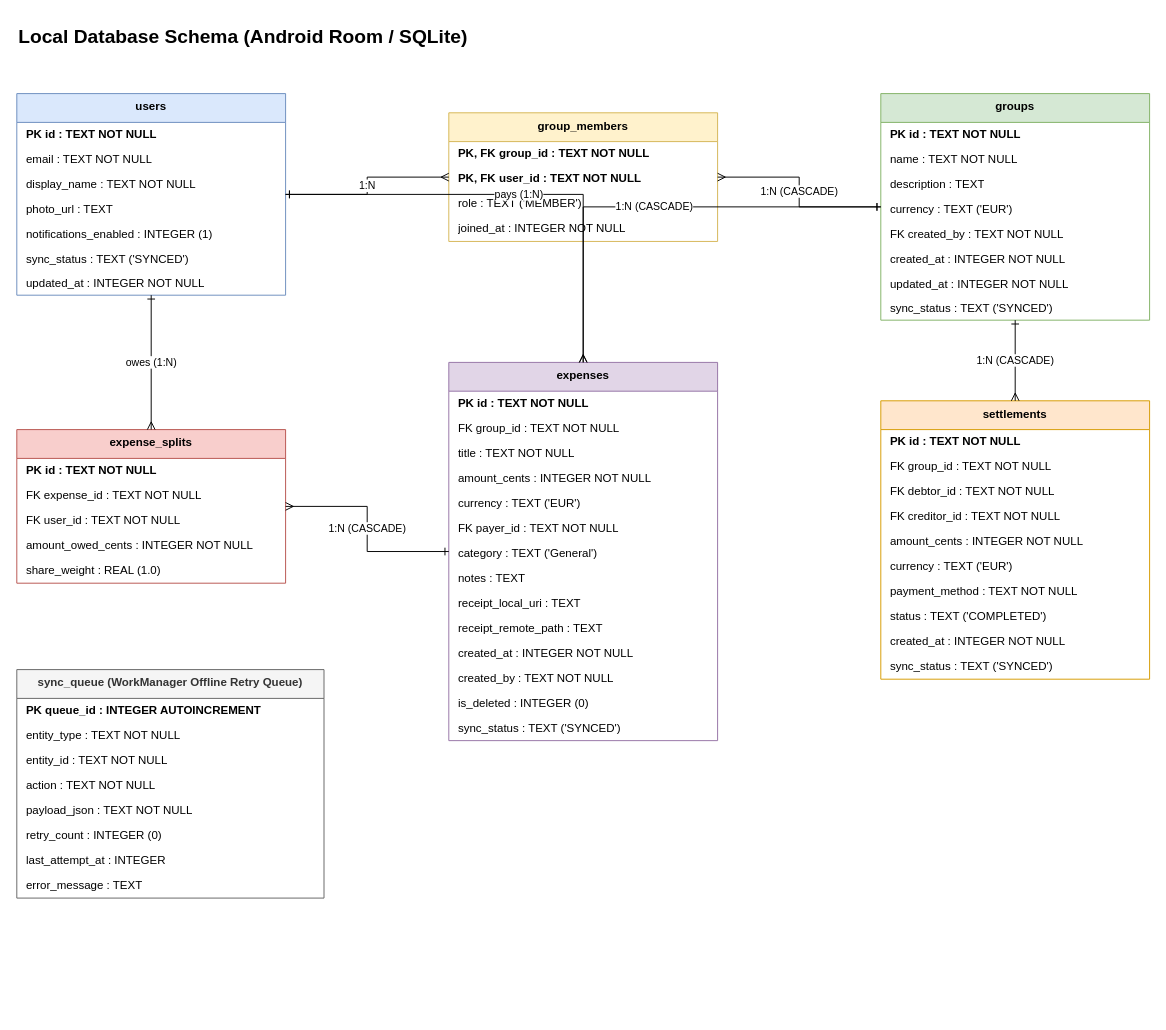
Earlier version of the draw.io diagram docs/local_database_schema.drawio.xml (RaminJ9/Mobile-Software-Development-GetYourMoneyUpNotYourFunnyUp). Source tidied: cells renumbered, new cells numbered last; positions are measured from the earlier drawing's top-left corner, leaving out a move shared by most shapes. Both pictures are drawn from the tidied source at 96%, with x=0, y=0 at pixel (16, 16).
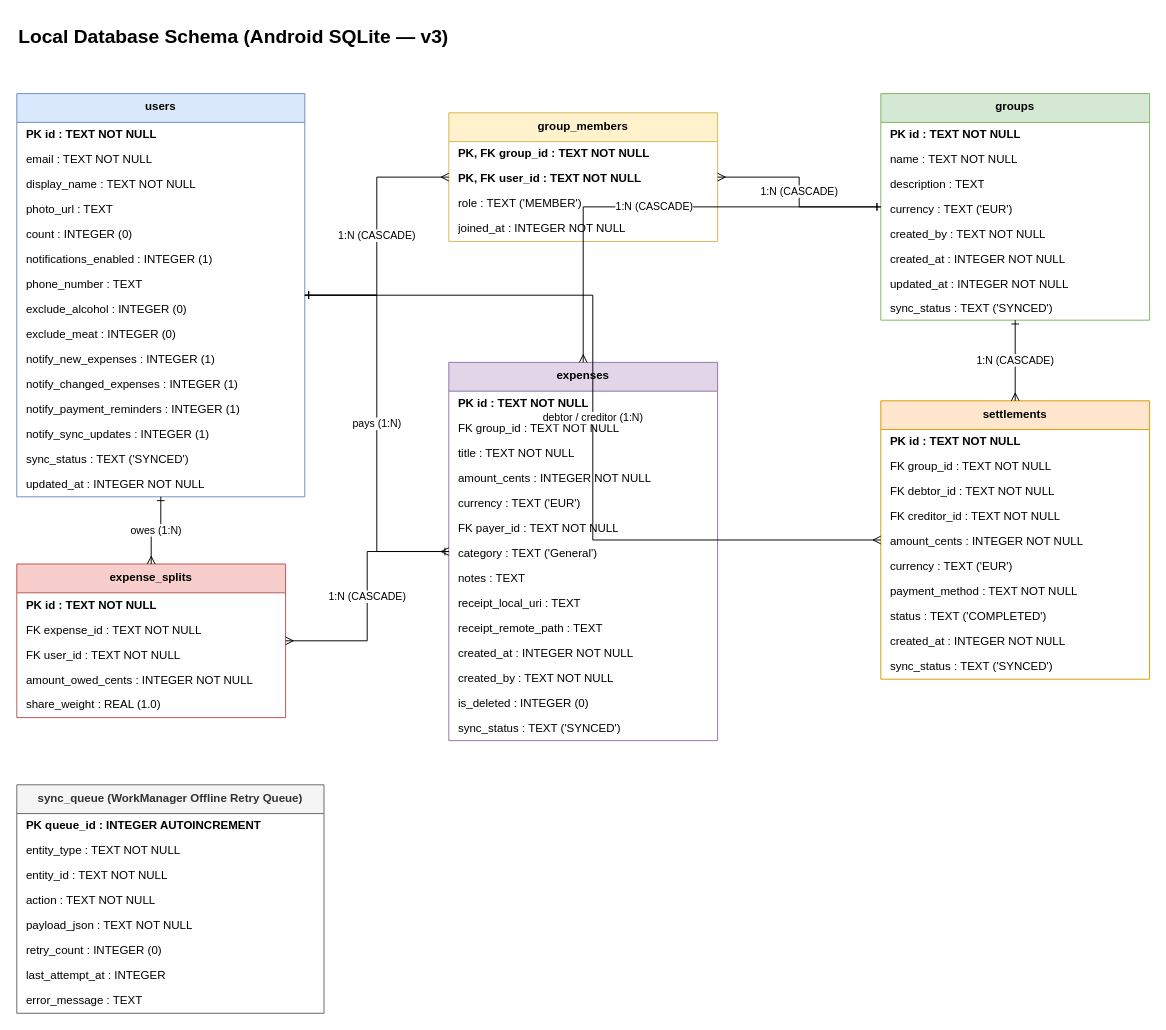
After the change.

The change refers to these unchanged cells:
```xml
<mxCell id="11" value="groups" style="swimlane;fontStyle=1;align=center;verticalAlign=top;horizontal=1;startSize=30;whiteSpace=wrap;html=1;fillColor=#d5e8d4;strokeColor=#82b366;" parent="1" vertex="1">
  <mxGeometry x="900" y="80" width="280" height="236" as="geometry" />
</mxCell>
<mxCell id="20" value="group_members" style="swimlane;fontStyle=1;align=center;verticalAlign=top;horizontal=1;startSize=30;whiteSpace=wrap;html=1;fillColor=#fff2cc;strokeColor=#d6b656;" parent="1" vertex="1">
  <mxGeometry x="450" y="100" width="280" height="134" as="geometry" />
</mxCell>
<mxCell id="46" value="settlements" style="swimlane;fontStyle=1;align=center;verticalAlign=top;horizontal=1;startSize=30;whiteSpace=wrap;html=1;fillColor=#ffe6cc;strokeColor=#d79b00;" parent="1" vertex="1">
  <mxGeometry x="900" y="400" width="280" height="290" as="geometry" />
</mxCell>
```

Diff of the diagram source:
```diff
@@
-    <mxCell id="2" value="Local Database Schema (Android Room / SQLite)" style="text;html=1;strokeColor=none;fillColor=none;align=left;verticalAlign=middle;whiteSpace=wrap;rounded=0;fontSize=20;fontStyle=1;" parent="1" vertex="1">
+    <mxCell id="2" value="Local Database Schema (Android SQLite — v3)" style="text;html=1;strokeColor=none;fillColor=none;align=left;verticalAlign=middle;whiteSpace=wrap;rounded=0;fontSize=20;fontStyle=1;" parent="1" vertex="1">
       <mxGeometry width="600" height="40" as="geometry" />
     </mxCell>
     <mxCell id="3" value="users" style="swimlane;fontStyle=1;align=center;verticalAlign=top;horizontal=1;startSize=30;whiteSpace=wrap;html=1;fillColor=#dae8fc;strokeColor=#6c8ebf;" parent="1" vertex="1">
-      <mxGeometry y="80" width="280" height="210" as="geometry" />
+      <mxGeometry y="80" width="300" height="420" as="geometry" />
     </mxCell>
     <mxCell id="4" value="PK  id : TEXT NOT NULL" style="text;strokeColor=none;fillColor=none;align=left;verticalAlign=middle;spacingLeft=8;spacingRight=4;overflow=hidden;whiteSpace=wrap;html=1;fontStyle=1;" parent="3" vertex="1">
-      <mxGeometry y="30" width="280" height="26" as="geometry" />
+      <mxGeometry y="30" width="300" height="26" as="geometry" />
     </mxCell>
     <mxCell id="5" value="      email : TEXT NOT NULL" style="text;strokeColor=none;fillColor=none;align=left;verticalAlign=middle;spacingLeft=8;spacingRight=4;overflow=hidden;whiteSpace=wrap;html=1;" parent="3" vertex="1">
-      <mxGeometry y="56" width="280" height="26" as="geometry" />
+      <mxGeometry y="56" width="300" height="26" as="geometry" />
     </mxCell>
     <mxCell id="6" value="      display_name : TEXT NOT NULL" style="text;strokeColor=none;fillColor=none;align=left;verticalAlign=middle;spacingLeft=8;spacingRight=4;overflow=hidden;whiteSpace=wrap;html=1;" parent="3" vertex="1">
-      <mxGeometry y="82" width="280" height="26" as="geometry" />
+      <mxGeometry y="82" width="300" height="26" as="geometry" />
     </mxCell>
     <mxCell id="7" value="      photo_url : TEXT" style="text;strokeColor=none;fillColor=none;align=left;verticalAlign=middle;spacingLeft=8;spacingRight=4;overflow=hidden;whiteSpace=wrap;html=1;" parent="3" vertex="1">
-      <mxGeometry y="108" width="280" height="26" as="geometry" />
+      <mxGeometry y="108" width="300" height="26" as="geometry" />
     </mxCell>
-    <mxCell id="8" value="      notifications_enabled : INTEGER (1)" style="text;strokeColor=none;fillColor=none;align=left;verticalAlign=middle;spacingLeft=8;spacingRight=4;overflow=hidden;whiteSpace=wrap;html=1;" parent="3" vertex="1">
-      <mxGeometry y="134" width="280" height="26" as="geometry" />
+    <mxCell id="8" value="      count : INTEGER (0)" style="text;strokeColor=none;fillColor=none;align=left;verticalAlign=middle;spacingLeft=8;spacingRight=4;overflow=hidden;whiteSpace=wrap;html=1;" parent="3" vertex="1">
+      <mxGeometry y="134" width="300" height="26" as="geometry" />
     </mxCell>
-    <mxCell id="9" value="      sync_status : TEXT ('SYNCED')" style="text;strokeColor=none;fillColor=none;align=left;verticalAlign=middle;spacingLeft=8;spacingRight=4;overflow=hidden;whiteSpace=wrap;html=1;" parent="3" vertex="1">
-      <mxGeometry y="160" width="280" height="26" as="geometry" />
+    <mxCell id="9" value="      notifications_enabled : INTEGER (1)" style="text;strokeColor=none;fillColor=none;align=left;verticalAlign=middle;spacingLeft=8;spacingRight=4;overflow=hidden;whiteSpace=wrap;html=1;" parent="3" vertex="1">
+      <mxGeometry y="160" width="300" height="26" as="geometry" />
     </mxCell>
-    <mxCell id="10" value="      updated_at : INTEGER NOT NULL" style="text;strokeColor=none;fillColor=none;align=left;verticalAlign=middle;spacingLeft=8;spacingRight=4;overflow=hidden;whiteSpace=wrap;html=1;" parent="3" vertex="1">
-      <mxGeometry y="186" width="280" height="24" as="geometry" />
+    <mxCell id="10" value="      phone_number : TEXT" style="text;strokeColor=none;fillColor=none;align=left;verticalAlign=middle;spacingLeft=8;spacingRight=4;overflow=hidden;whiteSpace=wrap;html=1;" parent="3" vertex="1">
+      <mxGeometry y="186" width="300" height="26" as="geometry" />
     </mxCell>
+    <mxCell id="73" value="      exclude_alcohol : INTEGER (0)" style="text;strokeColor=none;fillColor=none;align=left;verticalAlign=middle;spacingLeft=8;spacingRight=4;overflow=hidden;whiteSpace=wrap;html=1;" parent="3" vertex="1">
+      <mxGeometry y="212" width="300" height="26" as="geometry" />
+    </mxCell>
+    <mxCell id="74" value="      exclude_meat : INTEGER (0)" style="text;strokeColor=none;fillColor=none;align=left;verticalAlign=middle;spacingLeft=8;spacingRight=4;overflow=hidden;whiteSpace=wrap;html=1;" parent="3" vertex="1">
+      <mxGeometry y="238" width="300" height="26" as="geometry" />
+    </mxCell>
+    <mxCell id="75" value="      notify_new_expenses : INTEGER (1)" style="text;strokeColor=none;fillColor=none;align=left;verticalAlign=middle;spacingLeft=8;spacingRight=4;overflow=hidden;whiteSpace=wrap;html=1;" parent="3" vertex="1">
+      <mxGeometry y="264" width="300" height="26" as="geometry" />
+    </mxCell>
+    <mxCell id="76" value="      notify_changed_expenses : INTEGER (1)" style="text;strokeColor=none;fillColor=none;align=left;verticalAlign=middle;spacingLeft=8;spacingRight=4;overflow=hidden;whiteSpace=wrap;html=1;" parent="3" vertex="1">
+      <mxGeometry y="290" width="300" height="26" as="geometry" />
+    </mxCell>
+    <mxCell id="77" value="      notify_payment_reminders : INTEGER (1)" style="text;strokeColor=none;fillColor=none;align=left;verticalAlign=middle;spacingLeft=8;spacingRight=4;overflow=hidden;whiteSpace=wrap;html=1;" parent="3" vertex="1">
+      <mxGeometry y="316" width="300" height="26" as="geometry" />
+    </mxCell>
+    <mxCell id="78" value="      notify_sync_updates : INTEGER (1)" style="text;strokeColor=none;fillColor=none;align=left;verticalAlign=middle;spacingLeft=8;spacingRight=4;overflow=hidden;whiteSpace=wrap;html=1;" parent="3" vertex="1">
+      <mxGeometry y="342" width="300" height="26" as="geometry" />
+    </mxCell>
+    <mxCell id="79" value="      sync_status : TEXT ('SYNCED')" style="text;strokeColor=none;fillColor=none;align=left;verticalAlign=middle;spacingLeft=8;spacingRight=4;overflow=hidden;whiteSpace=wrap;html=1;" parent="3" vertex="1">
+      <mxGeometry y="368" width="300" height="26" as="geometry" />
+    </mxCell>
+    <mxCell id="80" value="      updated_at : INTEGER NOT NULL" style="text;strokeColor=none;fillColor=none;align=left;verticalAlign=middle;spacingLeft=8;spacingRight=4;overflow=hidden;whiteSpace=wrap;html=1;" parent="3" vertex="1">
+      <mxGeometry y="394" width="300" height="26" as="geometry" />
+    </mxCell>
@@
-    <mxCell id="16" value="FK  created_by : TEXT NOT NULL" style="text;strokeColor=none;fillColor=none;align=left;verticalAlign=middle;spacingLeft=8;spacingRight=4;overflow=hidden;whiteSpace=wrap;html=1;" parent="11" vertex="1">
+    <mxCell id="16" value="      created_by : TEXT NOT NULL" style="text;strokeColor=none;fillColor=none;align=left;verticalAlign=middle;spacingLeft=8;spacingRight=4;overflow=hidden;whiteSpace=wrap;html=1;" parent="11" vertex="1">
       <mxGeometry y="134" width="280" height="26" as="geometry" />
     </mxCell>
@@
     <mxCell id="40" value="expense_splits" style="swimlane;fontStyle=1;align=center;verticalAlign=top;horizontal=1;startSize=30;whiteSpace=wrap;html=1;fillColor=#f8cecc;strokeColor=#b85450;" parent="1" vertex="1">
-      <mxGeometry y="430" width="280" height="160" as="geometry" />
+      <mxGeometry y="570" width="280" height="160" as="geometry" />
     </mxCell>
@@
     <mxCell id="57" value="sync_queue (WorkManager Offline Retry Queue)" style="swimlane;fontStyle=1;align=center;verticalAlign=top;horizontal=1;startSize=30;whiteSpace=wrap;html=1;fillColor=#f5f5f5;strokeColor=#666666;fontColor=#333333;" parent="1" vertex="1">
-      <mxGeometry y="680" width="320" height="238" as="geometry" />
+      <mxGeometry y="800" width="320" height="238" as="geometry" />
     </mxCell>
@@
-    <mxCell id="66" value="1:N" style="edgeStyle=orthogonalEdgeStyle;rounded=0;jettySize=auto;html=1;endArrow=ERmany;startArrow=ERone;" parent="1" edge="1" source="3" target="20">
+    <mxCell id="66" value="1:N (CASCADE)" style="edgeStyle=orthogonalEdgeStyle;rounded=0;jettySize=auto;html=1;endArrow=ERmany;startArrow=ERone;" parent="1" edge="1" source="3" target="20">
       <mxGeometry relative="1" as="geometry" />
     </mxCell>
@@
+    <mxCell id="81" value="debtor / creditor (1:N)" style="edgeStyle=orthogonalEdgeStyle;rounded=0;jettySize=auto;html=1;endArrow=ERmany;startArrow=ERone;" parent="1" edge="1" source="3" target="46">
+      <mxGeometry relative="1" as="geometry" />
+    </mxCell>
```
